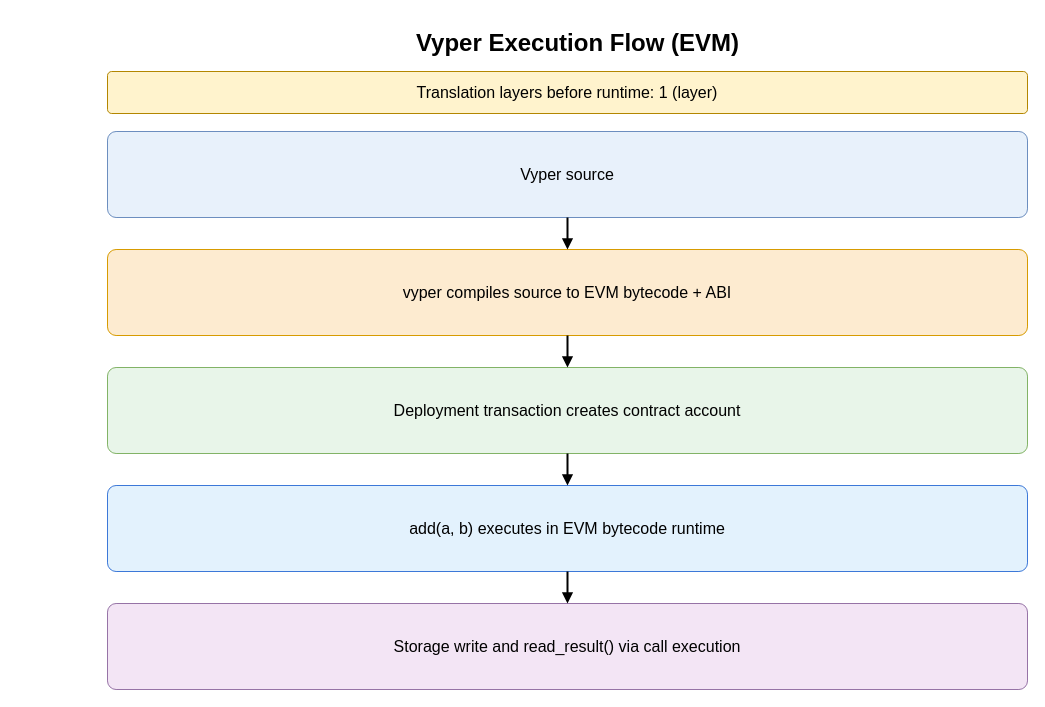
The draw.io diagram assets/contracting_flows/vyper_flow.drawio in Endogen/xian-tech-website, before the edit. Source tidied: cells renumbered, new cells numbered last; positions are measured from the earlier drawing's top-left corner, leaving out a move shared by most shapes. Both pictures are drawn from the tidied source at 100%, with x=0, y=0 at pixel (107, 25).
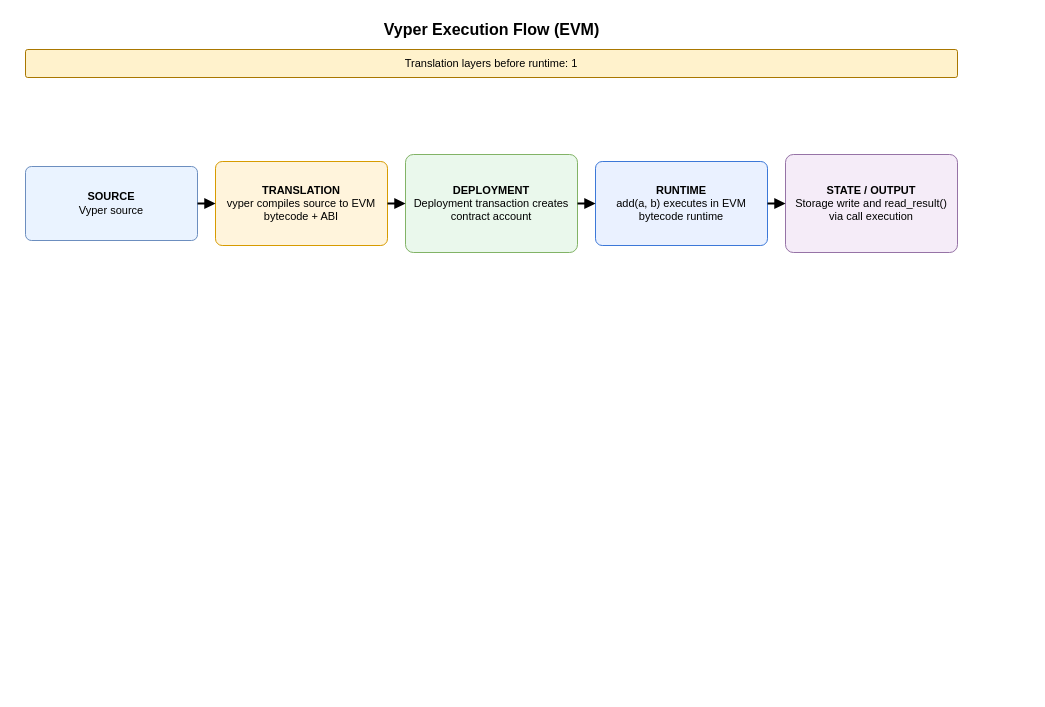
The same page after the edit.

The edit, as a diff of the source:
```diff
@@
 <mxGraphModel>
   <root>
     <mxCell id="0" />
     <mxCell id="1" parent="0" />
-    <mxCell id="2" value="Vyper Execution Flow (EVM)" style="text;html=1;strokeColor=none;fillColor=none;align=center;verticalAlign=middle;fontSize=24;fontStyle=1;" parent="1" vertex="1">
-      <mxGeometry x="40" width="860" height="36" as="geometry" />
+    <mxCell id="2" value="Vyper Execution Flow (EVM)" style="text;html=1;strokeColor=none;fillColor=none;align=center;verticalAlign=middle;fontSize=16;fontStyle=1;" parent="1" vertex="1">
+      <mxGeometry x="-90" y="-8" width="948" height="24" as="geometry" />
     </mxCell>
-    <mxCell id="3" value="Translation layers before runtime: 1 (layer)" style="rounded=1;whiteSpace=wrap;html=1;arcSize=10;fillColor=#FFF3CD;strokeColor=#B38600;fontSize=16;" parent="1" vertex="1">
-      <mxGeometry y="46" width="920" height="42" as="geometry" />
+    <mxCell id="3" value="Translation layers before runtime: 1" style="rounded=1;whiteSpace=wrap;html=1;arcSize=8;fillColor=#FFF2CC;strokeColor=#A97700;fontSize=11;align=center;verticalAlign=middle;" parent="1" vertex="1">
+      <mxGeometry x="-82" y="24" width="932" height="28" as="geometry" />
     </mxCell>
-    <mxCell id="4" value="Vyper source" style="rounded=1;whiteSpace=wrap;html=1;arcSize=10;fillColor=#E8F1FB;strokeColor=#6C8EBF;fontSize=16;fontStyle=0;" parent="1" vertex="1">
-      <mxGeometry y="106" width="920" height="86" as="geometry" />
-    </mxCell>
-    <mxCell id="5" value="vyper compiles source to EVM bytecode + ABI" style="rounded=1;whiteSpace=wrap;html=1;arcSize=10;fillColor=#FDEBD0;strokeColor=#D79B00;fontSize=16;fontStyle=0;" parent="1" vertex="1">
-      <mxGeometry y="224" width="920" height="86" as="geometry" />
-    </mxCell>
-    <mxCell id="6" value="Deployment transaction creates contract account" style="rounded=1;whiteSpace=wrap;html=1;arcSize=10;fillColor=#E8F5E9;strokeColor=#82B366;fontSize=16;fontStyle=0;" parent="1" vertex="1">
-      <mxGeometry y="342" width="920" height="86" as="geometry" />
-    </mxCell>
-    <mxCell id="7" value="add(a, b) executes in EVM bytecode runtime" style="rounded=1;whiteSpace=wrap;html=1;arcSize=10;fillColor=#E3F2FD;strokeColor=#3C78D8;fontSize=16;fontStyle=0;" parent="1" vertex="1">
-      <mxGeometry y="460" width="920" height="86" as="geometry" />
-    </mxCell>
-    <mxCell id="8" value="Storage write and read_result() via call execution" style="rounded=1;whiteSpace=wrap;html=1;arcSize=10;fillColor=#F3E5F5;strokeColor=#9673A6;fontSize=16;fontStyle=0;" parent="1" vertex="1">
-      <mxGeometry y="578" width="920" height="86" as="geometry" />
-    </mxCell>
+    <mxCell id="13" value="&lt;b&gt;SOURCE&lt;/b&gt;&lt;br&gt;Vyper source" style="rounded=1;whiteSpace=wrap;html=1;arcSize=8;fillColor=#EAF3FF;strokeColor=#6C8EBF;fontSize=11;align=center;verticalAlign=middle;spacing=6;" parent="1" vertex="1">
+      <mxGeometry x="-82" y="141" width="172" height="74" as="geometry" />
+    </mxCell>
+    <mxCell id="14" value="&lt;b&gt;TRANSLATION&lt;/b&gt;&lt;br&gt;vyper compiles source to EVM bytecode + ABI" style="rounded=1;whiteSpace=wrap;html=1;arcSize=8;fillColor=#FFF4DC;strokeColor=#D79B00;fontSize=11;align=center;verticalAlign=middle;spacing=6;" parent="1" vertex="1">
+      <mxGeometry x="108" y="136" width="172" height="84" as="geometry" />
+    </mxCell>
+    <mxCell id="15" value="&lt;b&gt;DEPLOYMENT&lt;/b&gt;&lt;br&gt;Deployment transaction creates contract account" style="rounded=1;whiteSpace=wrap;html=1;arcSize=8;fillColor=#EAF8EC;strokeColor=#82B366;fontSize=11;align=center;verticalAlign=middle;spacing=6;" parent="1" vertex="1">
+      <mxGeometry x="298" y="129" width="172" height="98" as="geometry" />
+    </mxCell>
+    <mxCell id="16" value="&lt;b&gt;RUNTIME&lt;/b&gt;&lt;br&gt;add(a, b) executes in EVM bytecode runtime" style="rounded=1;whiteSpace=wrap;html=1;arcSize=8;fillColor=#EAF1FF;strokeColor=#3C78D8;fontSize=11;align=center;verticalAlign=middle;spacing=6;" parent="1" vertex="1">
+      <mxGeometry x="488" y="136" width="172" height="84" as="geometry" />
+    </mxCell>
+    <mxCell id="17" value="&lt;b&gt;STATE / OUTPUT&lt;/b&gt;&lt;br&gt;Storage write and read_result() via call execution" style="rounded=1;whiteSpace=wrap;html=1;arcSize=8;fillColor=#F5ECF8;strokeColor=#9673A6;fontSize=11;align=center;verticalAlign=middle;spacing=6;" parent="1" vertex="1">
+      <mxGeometry x="678" y="129" width="172" height="98" as="geometry" />
+    </mxCell>
-    <mxCell id="9" style="endArrow=block;endFill=1;html=1;rounded=0;strokeWidth=2;edgeStyle=orthogonalEdgeStyle;jettySize=auto;" parent="1" edge="1" source="4" target="5">
+    <mxCell id="9" style="endArrow=block;endFill=1;html=1;rounded=1;strokeWidth=2;edgeStyle=orthogonalEdgeStyle;" parent="1" edge="1" source="13" target="14">
       <mxGeometry relative="1" as="geometry" />
     </mxCell>
-    <mxCell id="10" style="endArrow=block;endFill=1;html=1;rounded=0;strokeWidth=2;edgeStyle=orthogonalEdgeStyle;jettySize=auto;" parent="1" edge="1" source="5" target="6">
+    <mxCell id="10" style="endArrow=block;endFill=1;html=1;rounded=1;strokeWidth=2;edgeStyle=orthogonalEdgeStyle;" parent="1" edge="1" source="14" target="15">
       <mxGeometry relative="1" as="geometry" />
     </mxCell>
-    <mxCell id="11" style="endArrow=block;endFill=1;html=1;rounded=0;strokeWidth=2;edgeStyle=orthogonalEdgeStyle;jettySize=auto;" parent="1" edge="1" source="6" target="7">
+    <mxCell id="11" style="endArrow=block;endFill=1;html=1;rounded=1;strokeWidth=2;edgeStyle=orthogonalEdgeStyle;" parent="1" edge="1" source="15" target="16">
       <mxGeometry relative="1" as="geometry" />
     </mxCell>
-    <mxCell id="12" style="endArrow=block;endFill=1;html=1;rounded=0;strokeWidth=2;edgeStyle=orthogonalEdgeStyle;jettySize=auto;" parent="1" edge="1" source="7" target="8">
+    <mxCell id="12" style="endArrow=block;endFill=1;html=1;rounded=1;strokeWidth=2;edgeStyle=orthogonalEdgeStyle;" parent="1" edge="1" source="16" target="17">
       <mxGeometry relative="1" as="geometry" />
     </mxCell>
   </root>
 </mxGraphModel>
```
